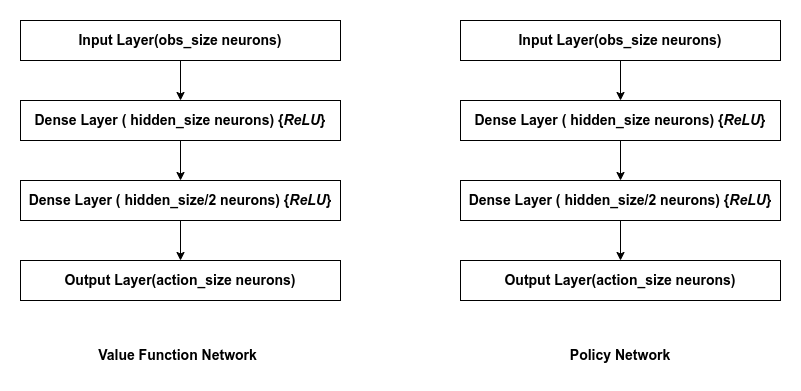
Above: a3/report/assets/discrete.png in nasheedyasin/rl-assignments (draw.io), before the change. Source tidied: cells renumbered, new cells last; positions are measured from the earlier drawing's top-left corner, leaving out a move shared by most shapes. The source it was exported from:
```xml
<mxGraphModel>
  <root>
    <mxCell id="0" />
    <mxCell id="1" parent="0" />
    <mxCell id="2" style="edgeStyle=orthogonalEdgeStyle;rounded=0;jettySize=auto;html=1;exitX=0.5;exitY=1;exitDx=0;exitDy=0;entryX=0.5;entryY=0;entryDx=0;entryDy=0;fontStyle=1;fontSize=14;" parent="1" edge="1" source="3" target="5">
      <mxGeometry relative="1" as="geometry" />
    </mxCell>
    <mxCell id="3" value="Input Layer(obs_size neurons)" style="rounded=0;whiteSpace=wrap;html=1;fontStyle=1;fontSize=14;" parent="1" vertex="1">
      <mxGeometry width="320" height="40" as="geometry" />
    </mxCell>
    <mxCell id="4" style="edgeStyle=orthogonalEdgeStyle;rounded=0;jettySize=auto;html=1;exitX=0.5;exitY=1;exitDx=0;exitDy=0;entryX=0.5;entryY=0;entryDx=0;entryDy=0;fontStyle=1;fontSize=14;" parent="1" edge="1" source="5" target="7">
      <mxGeometry relative="1" as="geometry" />
    </mxCell>
    <mxCell id="5" value="Dense Layer ( hidden_size neurons) {&lt;i&gt;ReLU&lt;/i&gt;}" style="rounded=0;whiteSpace=wrap;html=1;fontStyle=1;fontSize=14;" parent="1" vertex="1">
      <mxGeometry y="80" width="320" height="40" as="geometry" />
    </mxCell>
    <mxCell id="6" style="edgeStyle=orthogonalEdgeStyle;rounded=0;jettySize=auto;html=1;exitX=0.5;exitY=1;exitDx=0;exitDy=0;entryX=0.5;entryY=0;entryDx=0;entryDy=0;fontStyle=1;fontSize=14;" parent="1" edge="1" source="7" target="8">
      <mxGeometry relative="1" as="geometry" />
    </mxCell>
    <mxCell id="7" value="Dense Layer ( hidden_size/2 neurons) {&lt;i&gt;ReLU&lt;/i&gt;}" style="rounded=0;whiteSpace=wrap;html=1;fontStyle=1;fontSize=14;" parent="1" vertex="1">
      <mxGeometry y="160" width="320" height="40" as="geometry" />
    </mxCell>
    <mxCell id="8" value="Output Layer(action_size neurons)" style="rounded=0;whiteSpace=wrap;html=1;fontStyle=1;fontSize=14;" parent="1" vertex="1">
      <mxGeometry y="240" width="320" height="40" as="geometry" />
    </mxCell>
    <mxCell id="9" style="edgeStyle=orthogonalEdgeStyle;rounded=0;jettySize=auto;html=1;exitX=0.5;exitY=1;exitDx=0;exitDy=0;entryX=0.5;entryY=0;entryDx=0;entryDy=0;fontStyle=1;fontSize=14;" parent="1" edge="1" source="10" target="12">
      <mxGeometry relative="1" as="geometry" />
    </mxCell>
    <mxCell id="10" value="Input Layer(obs_size neurons)" style="rounded=0;whiteSpace=wrap;html=1;fontStyle=1;fontSize=14;" parent="1" vertex="1">
      <mxGeometry x="440" width="320" height="40" as="geometry" />
    </mxCell>
    <mxCell id="11" style="edgeStyle=orthogonalEdgeStyle;rounded=0;jettySize=auto;html=1;exitX=0.5;exitY=1;exitDx=0;exitDy=0;entryX=0.5;entryY=0;entryDx=0;entryDy=0;fontStyle=1;fontSize=14;" parent="1" edge="1" source="12" target="14">
      <mxGeometry relative="1" as="geometry" />
    </mxCell>
    <mxCell id="12" value="Dense Layer ( hidden_size neurons) {&lt;i&gt;ReLU&lt;/i&gt;}" style="rounded=0;whiteSpace=wrap;html=1;fontStyle=1;fontSize=14;" parent="1" vertex="1">
      <mxGeometry x="440" y="80" width="320" height="40" as="geometry" />
    </mxCell>
    <mxCell id="13" style="edgeStyle=orthogonalEdgeStyle;rounded=0;jettySize=auto;html=1;exitX=0.5;exitY=1;exitDx=0;exitDy=0;entryX=0.5;entryY=0;entryDx=0;entryDy=0;fontStyle=1;fontSize=14;" parent="1" edge="1" source="14" target="15">
      <mxGeometry relative="1" as="geometry" />
    </mxCell>
    <mxCell id="14" value="Dense Layer ( hidden_size/2 neurons) {&lt;i&gt;ReLU&lt;/i&gt;}" style="rounded=0;whiteSpace=wrap;html=1;fontStyle=1;fontSize=14;" parent="1" vertex="1">
      <mxGeometry x="440" y="160" width="320" height="40" as="geometry" />
    </mxCell>
    <mxCell id="15" value="Output Layer(action_size neurons)" style="rounded=0;whiteSpace=wrap;html=1;fontStyle=1;fontSize=14;" parent="1" vertex="1">
      <mxGeometry x="440" y="240" width="320" height="40" as="geometry" />
    </mxCell>
    <mxCell id="16" value="Value Function Network" style="text;strokeColor=none;align=center;fillColor=none;html=1;verticalAlign=middle;whiteSpace=wrap;rounded=0;fontStyle=1;fontSize=14;" parent="1" vertex="1">
      <mxGeometry x="70" y="320" width="175" height="30" as="geometry" />
    </mxCell>
    <mxCell id="17" value="Policy Network" style="text;strokeColor=none;align=center;fillColor=none;html=1;verticalAlign=middle;whiteSpace=wrap;rounded=0;fontStyle=1;fontSize=14;" parent="1" vertex="1">
      <mxGeometry x="545" y="320" width="110" height="30" as="geometry" />
    </mxCell>
  </root>
</mxGraphModel>
```
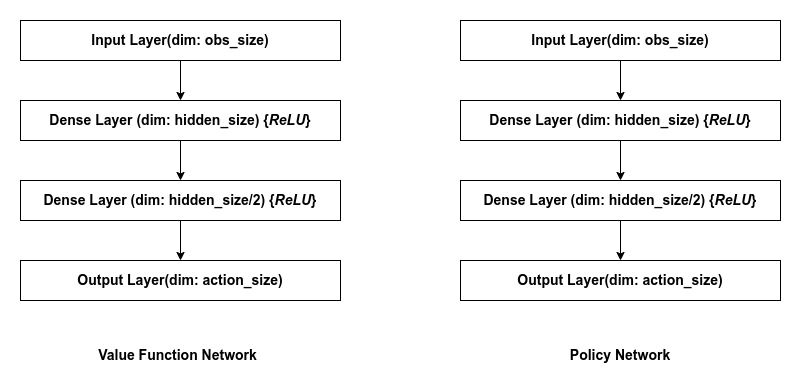
Above is the later version.

Diff of the diagram source:
```diff
@@ -5,43 +5,43 @@
     <mxCell id="2" style="edgeStyle=orthogonalEdgeStyle;rounded=0;jettySize=auto;html=1;exitX=0.5;exitY=1;exitDx=0;exitDy=0;entryX=0.5;entryY=0;entryDx=0;entryDy=0;fontStyle=1;fontSize=14;" parent="1" edge="1" source="3" target="5">
       <mxGeometry relative="1" as="geometry" />
     </mxCell>
-    <mxCell id="3" value="Input Layer(obs_size neurons)" style="rounded=0;whiteSpace=wrap;html=1;fontStyle=1;fontSize=14;" parent="1" vertex="1">
+    <mxCell id="3" value="Input Layer(dim: obs_size)" style="rounded=0;whiteSpace=wrap;html=1;fontStyle=1;fontSize=14;" parent="1" vertex="1">
       <mxGeometry width="320" height="40" as="geometry" />
     </mxCell>
     <mxCell id="4" style="edgeStyle=orthogonalEdgeStyle;rounded=0;jettySize=auto;html=1;exitX=0.5;exitY=1;exitDx=0;exitDy=0;entryX=0.5;entryY=0;entryDx=0;entryDy=0;fontStyle=1;fontSize=14;" parent="1" edge="1" source="5" target="7">
       <mxGeometry relative="1" as="geometry" />
     </mxCell>
-    <mxCell id="5" value="Dense Layer ( hidden_size neurons) {&lt;i&gt;ReLU&lt;/i&gt;}" style="rounded=0;whiteSpace=wrap;html=1;fontStyle=1;fontSize=14;" parent="1" vertex="1">
+    <mxCell id="5" value="Dense Layer (dim: hidden_size) {&lt;i&gt;ReLU&lt;/i&gt;}" style="rounded=0;whiteSpace=wrap;html=1;fontStyle=1;fontSize=14;" parent="1" vertex="1">
       <mxGeometry y="80" width="320" height="40" as="geometry" />
     </mxCell>
     <mxCell id="6" style="edgeStyle=orthogonalEdgeStyle;rounded=0;jettySize=auto;html=1;exitX=0.5;exitY=1;exitDx=0;exitDy=0;entryX=0.5;entryY=0;entryDx=0;entryDy=0;fontStyle=1;fontSize=14;" parent="1" edge="1" source="7" target="8">
       <mxGeometry relative="1" as="geometry" />
     </mxCell>
-    <mxCell id="7" value="Dense Layer ( hidden_size/2 neurons) {&lt;i&gt;ReLU&lt;/i&gt;}" style="rounded=0;whiteSpace=wrap;html=1;fontStyle=1;fontSize=14;" parent="1" vertex="1">
+    <mxCell id="7" value="Dense Layer (dim: hidden_size/2) {&lt;i&gt;ReLU&lt;/i&gt;}" style="rounded=0;whiteSpace=wrap;html=1;fontStyle=1;fontSize=14;" parent="1" vertex="1">
       <mxGeometry y="160" width="320" height="40" as="geometry" />
     </mxCell>
-    <mxCell id="8" value="Output Layer(action_size neurons)" style="rounded=0;whiteSpace=wrap;html=1;fontStyle=1;fontSize=14;" parent="1" vertex="1">
+    <mxCell id="8" value="Output Layer(dim: action_size)" style="rounded=0;whiteSpace=wrap;html=1;fontStyle=1;fontSize=14;" parent="1" vertex="1">
       <mxGeometry y="240" width="320" height="40" as="geometry" />
     </mxCell>
     <mxCell id="9" style="edgeStyle=orthogonalEdgeStyle;rounded=0;jettySize=auto;html=1;exitX=0.5;exitY=1;exitDx=0;exitDy=0;entryX=0.5;entryY=0;entryDx=0;entryDy=0;fontStyle=1;fontSize=14;" parent="1" edge="1" source="10" target="12">
       <mxGeometry relative="1" as="geometry" />
     </mxCell>
-    <mxCell id="10" value="Input Layer(obs_size neurons)" style="rounded=0;whiteSpace=wrap;html=1;fontStyle=1;fontSize=14;" parent="1" vertex="1">
+    <mxCell id="10" value="Input Layer(dim: obs_size)" style="rounded=0;whiteSpace=wrap;html=1;fontStyle=1;fontSize=14;" parent="1" vertex="1">
       <mxGeometry x="440" width="320" height="40" as="geometry" />
     </mxCell>
     <mxCell id="11" style="edgeStyle=orthogonalEdgeStyle;rounded=0;jettySize=auto;html=1;exitX=0.5;exitY=1;exitDx=0;exitDy=0;entryX=0.5;entryY=0;entryDx=0;entryDy=0;fontStyle=1;fontSize=14;" parent="1" edge="1" source="12" target="14">
       <mxGeometry relative="1" as="geometry" />
     </mxCell>
-    <mxCell id="12" value="Dense Layer ( hidden_size neurons) {&lt;i&gt;ReLU&lt;/i&gt;}" style="rounded=0;whiteSpace=wrap;html=1;fontStyle=1;fontSize=14;" parent="1" vertex="1">
+    <mxCell id="12" value="Dense Layer (dim: hidden_size) {&lt;i&gt;ReLU&lt;/i&gt;}" style="rounded=0;whiteSpace=wrap;html=1;fontStyle=1;fontSize=14;" parent="1" vertex="1">
       <mxGeometry x="440" y="80" width="320" height="40" as="geometry" />
     </mxCell>
     <mxCell id="13" style="edgeStyle=orthogonalEdgeStyle;rounded=0;jettySize=auto;html=1;exitX=0.5;exitY=1;exitDx=0;exitDy=0;entryX=0.5;entryY=0;entryDx=0;entryDy=0;fontStyle=1;fontSize=14;" parent="1" edge="1" source="14" target="15">
       <mxGeometry relative="1" as="geometry" />
     </mxCell>
-    <mxCell id="14" value="Dense Layer ( hidden_size/2 neurons) {&lt;i&gt;ReLU&lt;/i&gt;}" style="rounded=0;whiteSpace=wrap;html=1;fontStyle=1;fontSize=14;" parent="1" vertex="1">
+    <mxCell id="14" value="Dense Layer (dim: hidden_size/2) {&lt;i&gt;ReLU&lt;/i&gt;}" style="rounded=0;whiteSpace=wrap;html=1;fontStyle=1;fontSize=14;" parent="1" vertex="1">
       <mxGeometry x="440" y="160" width="320" height="40" as="geometry" />
     </mxCell>
-    <mxCell id="15" value="Output Layer(action_size neurons)" style="rounded=0;whiteSpace=wrap;html=1;fontStyle=1;fontSize=14;" parent="1" vertex="1">
+    <mxCell id="15" value="Output Layer(dim: action_size)" style="rounded=0;whiteSpace=wrap;html=1;fontStyle=1;fontSize=14;" parent="1" vertex="1">
       <mxGeometry x="440" y="240" width="320" height="40" as="geometry" />
     </mxCell>
     <mxCell id="16" value="Value Function Network" style="text;strokeColor=none;align=center;fillColor=none;html=1;verticalAlign=middle;whiteSpace=wrap;rounded=0;fontStyle=1;fontSize=14;" parent="1" vertex="1">
```
